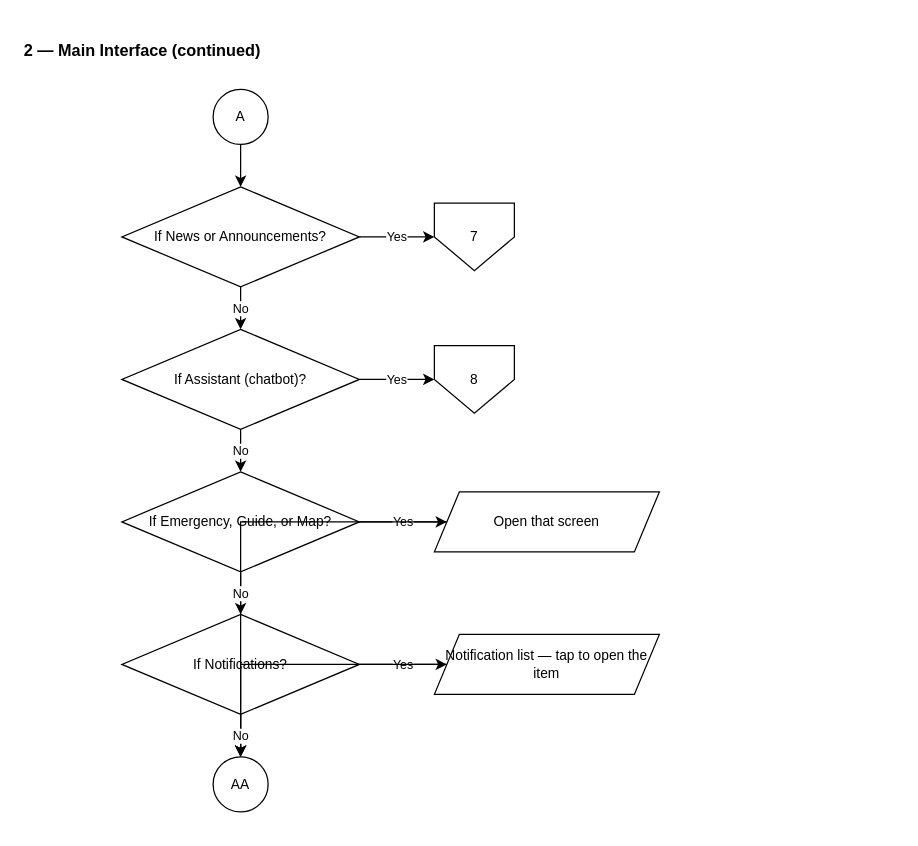
Earlier version of the draw.io diagram page "2 — Main Interface (continued)" (4 of 17) of Docs/Flowcharts/drawio/01-Citizen-App.drawio (MellowLaw/AGAPP). Source tidied: cells renumbered, new cells numbered last; positions are measured from the earlier drawing's top-left corner, leaving out a move shared by most shapes. Both pictures are drawn from the tidied source at 125%, with x=0, y=0 at pixel (21, 34).
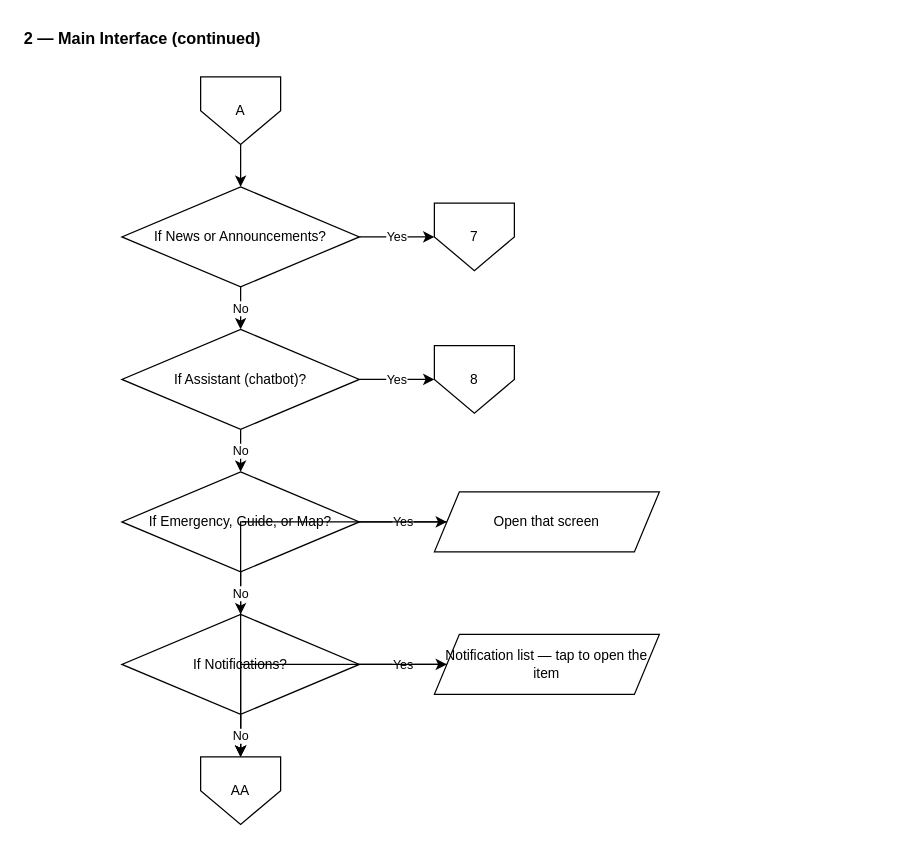
The same page after the edit.

Diff of the diagram source:
```diff
@@
     <mxCell id="2" value="2 — Main Interface (continued)" style="text;html=1;align=left;verticalAlign=middle;strokeColor=none;fillColor=none;fontSize=13;fontStyle=1;fontColor=#000000;" parent="1" vertex="1">
-      <mxGeometry width="700" height="26" as="geometry" />
+      <mxGeometry y="-10" width="700" height="26" as="geometry" />
     </mxCell>
-    <mxCell id="3" value="A" style="ellipse;whiteSpace=wrap;html=1;fillColor=#FFFFFF;strokeColor=#000000;fontColor=#000000;fontSize=11;" parent="1" vertex="1">
-      <mxGeometry x="153" y="44" width="44" height="44" as="geometry" />
+    <mxCell id="3" value="A" style="shape=offPageConnector;whiteSpace=wrap;html=1;size=0.5;fillColor=#FFFFFF;strokeColor=#000000;fontColor=#000000;fontSize=11;" parent="1" vertex="1">
+      <mxGeometry x="143" y="34" width="64" height="54" as="geometry" />
     </mxCell>
@@
-    <mxCell id="12" value="AA" style="ellipse;whiteSpace=wrap;html=1;fillColor=#FFFFFF;strokeColor=#000000;fontColor=#000000;fontSize=11;" parent="1" vertex="1">
-      <mxGeometry x="153" y="578" width="44" height="44" as="geometry" />
+    <mxCell id="12" value="AA" style="shape=offPageConnector;whiteSpace=wrap;html=1;size=0.5;fillColor=#FFFFFF;strokeColor=#000000;fontColor=#000000;fontSize=11;" parent="1" vertex="1">
+      <mxGeometry x="143" y="578" width="64" height="54" as="geometry" />
     </mxCell>
```
